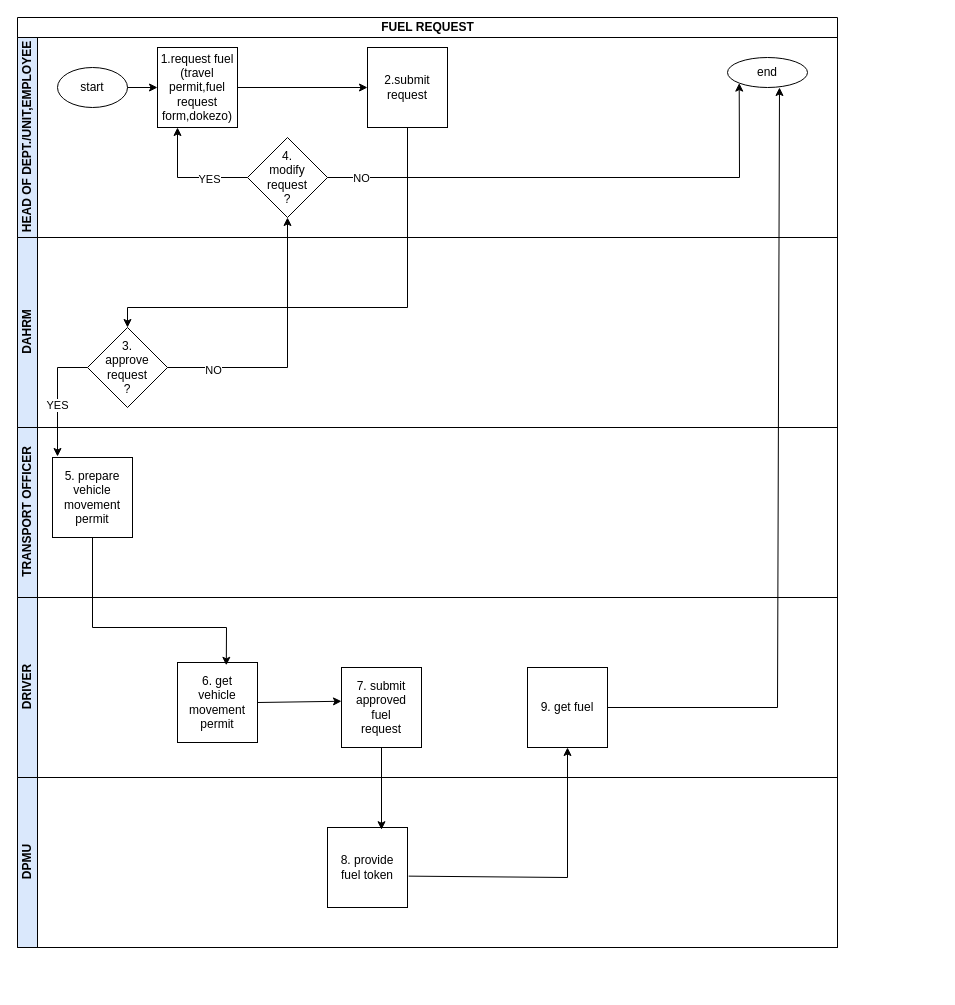
Earlier version of the draw.io diagram page "fuel request" (7 of 11) of wajibika/wajibika-sketches.drawio (MbalamulaS/tech-diagrams). Source tidied: cells renumbered, new cells numbered last; positions are measured from the earlier drawing's top-left corner, leaving out a move shared by most shapes. Both pictures are drawn from the tidied source at 100%, with x=0, y=0 at pixel (17, 17).
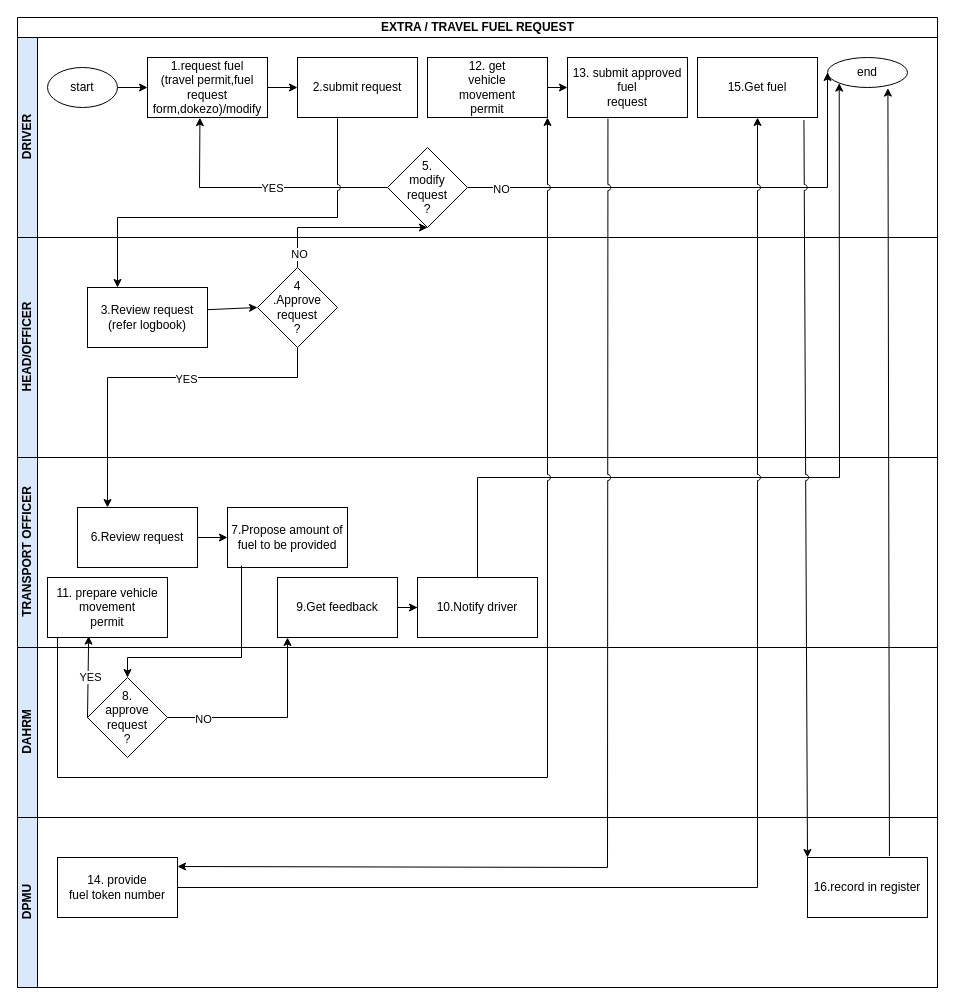
After the change.

Commit message:
Update wajibika-sketches.drawio updated extra/travel fuel request

Diff of the diagram source:
```diff
@@
-    <mxCell id="2" value="FUEL REQUEST" style="swimlane;horizontal=1;startSize=20;html=1;" parent="1" vertex="1">
-      <mxGeometry width="820" height="930" as="geometry" />
+    <mxCell id="2" value="EXTRA / TRAVEL FUEL REQUEST" style="swimlane;horizontal=1;startSize=20;html=1;" parent="1" vertex="1">
+      <mxGeometry width="920" height="970" as="geometry" />
     </mxCell>
-    <mxCell id="3" value="HEAD OF DEPT./UNIT,EMPLOYEE" style="swimlane;startSize=20;horizontal=0;html=1;fillColor=#DAE8FC;" parent="2" vertex="1">
-      <mxGeometry y="20" width="820" height="200" as="geometry" />
+    <mxCell id="3" value="DRIVER" style="swimlane;startSize=20;horizontal=0;html=1;fillColor=#DAE8FC;" parent="2" vertex="1">
+      <mxGeometry y="20" width="920" height="200" as="geometry" />
     </mxCell>
     <mxCell id="4" value="start" style="ellipse;whiteSpace=wrap;html=1;" parent="3" vertex="1">
-      <mxGeometry x="40" y="30" width="70" height="40" as="geometry" />
+      <mxGeometry x="30" y="30" width="70" height="40" as="geometry" />
     </mxCell>
-    <mxCell id="5" style="edgeStyle=orthogonalEdgeStyle;rounded=0;jettySize=auto;html=1;" parent="3" edge="1" source="6" target="8">
-      <mxGeometry relative="1" as="geometry" />
-    </mxCell>
-    <mxCell id="6" value="1.request fuel&lt;div&gt;(travel permit,fuel request form,dokezo)&lt;/div&gt;" style="whiteSpace=wrap;html=1;" parent="3" vertex="1">
-      <mxGeometry x="140" y="10" width="80" height="80" as="geometry" />
-    </mxCell>
-    <mxCell id="7" style="endArrow=classic;html=1;rounded=0;exitX=1;exitY=0.5;exitDx=0;exitDy=0;entryX=0;entryY=0.5;entryDx=0;entryDy=0;" parent="3" edge="1" source="4" target="6">
-      <mxGeometry relative="1" as="geometry" />
-    </mxCell>
-    <mxCell id="8" value="2.submit request" style="whiteSpace=wrap;html=1;" parent="3" vertex="1">
-      <mxGeometry x="350" y="10" width="80" height="80" as="geometry" />
-    </mxCell>
     <mxCell id="9" value="end" style="ellipse;whiteSpace=wrap;html=1;" parent="3" vertex="1">
-      <mxGeometry x="710" y="20" width="80" height="30" as="geometry" />
+      <mxGeometry x="810" y="20" width="80" height="30" as="geometry" />
     </mxCell>
-    <mxCell id="10" value="&lt;div&gt;4.&lt;/div&gt;modify&lt;div&gt;request&lt;/div&gt;&lt;div&gt;?&lt;/div&gt;" style="rhombus;whiteSpace=wrap;html=1;" parent="3" vertex="1">
-      <mxGeometry x="230" y="100" width="80" height="80" as="geometry" />
+    <mxCell id="10" value="&lt;div&gt;5.&lt;/div&gt;modify&lt;div&gt;request&lt;/div&gt;&lt;div&gt;?&lt;/div&gt;" style="rhombus;whiteSpace=wrap;html=1;" parent="3" vertex="1">
+      <mxGeometry x="370" y="110" width="80" height="80" as="geometry" />
     </mxCell>
-    <mxCell id="11" style="endArrow=classic;html=1;rounded=0;exitX=0;exitY=0.5;exitDx=0;exitDy=0;entryX=0.25;entryY=1;entryDx=0;entryDy=0;" parent="3" edge="1" source="10" target="6">
-      <mxGeometry relative="1" as="geometry">
-        <Array as="points">
-          <mxPoint x="160" y="140" />
-        </Array>
-      </mxGeometry>
-    </mxCell>
-    <mxCell id="12" value="YES" style="edgeLabel;html=1;align=center;verticalAlign=middle;" parent="11" vertex="1">
-      <mxGeometry x="-0.35" y="1" relative="1" as="geometry" />
-    </mxCell>
+    <mxCell id="35" value="1.request fuel&lt;div&gt;(travel permit,fuel request form,dokezo)/modify&lt;/div&gt;" style="whiteSpace=wrap;html=1;" parent="3" vertex="1">
+      <mxGeometry x="130" y="20" width="120" height="60" as="geometry" />
+    </mxCell>
+    <mxCell id="8" value="2.submit request" style="whiteSpace=wrap;html=1;" parent="3" vertex="1">
+      <mxGeometry x="280" y="20" width="120" height="60" as="geometry" />
+    </mxCell>
+    <mxCell id="36" style="endArrow=classic;html=1;rounded=0;exitX=1;exitY=0.5;exitDx=0;exitDy=0;entryX=0;entryY=0.5;entryDx=0;entryDy=0;" parent="3" edge="1" source="35" target="8">
+      <mxGeometry relative="1" as="geometry" />
+    </mxCell>
+    <mxCell id="37" style="endArrow=classic;html=1;rounded=0;exitX=0;exitY=0.5;exitDx=0;exitDy=0;entryX=0.437;entryY=1.003;entryDx=0;entryDy=0;entryPerimeter=0;" parent="3" edge="1" source="10" target="35">
+      <mxGeometry relative="1" as="geometry">
+        <Array as="points">
+          <mxPoint x="182" y="150" />
+        </Array>
+      </mxGeometry>
+    </mxCell>
+    <mxCell id="38" value="YES" style="edgeLabel;html=1;align=center;verticalAlign=middle;" parent="37" vertex="1">
+      <mxGeometry x="-0.1" relative="1" as="geometry" />
+    </mxCell>
-    <mxCell id="13" style="endArrow=classic;html=1;rounded=0;exitX=1;exitY=0.5;exitDx=0;exitDy=0;entryX=0;entryY=1;entryDx=0;entryDy=0;" parent="3" edge="1" source="10" target="9">
+    <mxCell id="13" style="endArrow=classic;html=1;rounded=0;exitX=1;exitY=0.5;exitDx=0;exitDy=0;entryX=0;entryY=0.5;entryDx=0;entryDy=0;" parent="3" edge="1" source="10" target="9">
       <mxGeometry relative="1" as="geometry">
         <Array as="points">
-          <mxPoint x="722" y="140" />
+          <mxPoint x="810" y="150" />
         </Array>
       </mxGeometry>
     </mxCell>
-    <mxCell id="14" value="NO" style="edgeLabel;html=1;align=center;verticalAlign=middle;" parent="13" vertex="1">
-      <mxGeometry x="-0.87" relative="1" as="geometry" />
-    </mxCell>
+    <mxCell id="39" value="NO" style="edgeLabel;html=1;align=center;verticalAlign=middle;" parent="13" vertex="1">
+      <mxGeometry x="-0.86" y="-1" relative="1" as="geometry" />
+    </mxCell>
+    <mxCell id="40" value="12. get&lt;div&gt;vehicle&lt;/div&gt;&lt;div&gt;movement&lt;/div&gt;&lt;div&gt;permit&lt;/div&gt;" style="rounded=0;whiteSpace=wrap;html=1;" parent="3" vertex="1">
+      <mxGeometry x="410" y="20" width="120" height="60" as="geometry" />
+    </mxCell>
+    <mxCell id="41" style="endArrow=classic;html=1;rounded=0;exitX=1;exitY=0.5;exitDx=0;exitDy=0;entryX=0;entryY=0.5;entryDx=0;entryDy=0;" parent="3" edge="1" source="40" target="42">
+      <mxGeometry relative="1" as="geometry" />
+    </mxCell>
+    <mxCell id="42" value="13. submit approved&lt;div&gt;fuel&lt;/div&gt;&lt;div&gt;request&lt;/div&gt;" style="rounded=0;whiteSpace=wrap;html=1;" parent="3" vertex="1">
+      <mxGeometry x="550" y="20" width="120" height="60" as="geometry" />
+    </mxCell>
+    <mxCell id="43" value="15.Get fuel" style="rounded=0;whiteSpace=wrap;html=1;" parent="3" vertex="1">
+      <mxGeometry x="680" y="20" width="120" height="60" as="geometry" />
+    </mxCell>
+    <mxCell id="44" value="HEAD/OFFICER" style="swimlane;startSize=20;horizontal=0;html=1;fillColor=#DAE8FC;" parent="2" vertex="1">
+      <mxGeometry y="220" width="920" height="220" as="geometry" />
+    </mxCell>
+    <mxCell id="45" value="3.Review request&lt;div&gt;(refer logbook)&lt;/div&gt;" style="rounded=0;whiteSpace=wrap;html=1;" parent="44" vertex="1">
+      <mxGeometry x="70" y="50" width="120" height="60" as="geometry" />
+    </mxCell>
+    <mxCell id="46" value="4&lt;div&gt;.Approve&lt;div&gt;request&lt;/div&gt;&lt;div&gt;?&lt;/div&gt;&lt;/div&gt;" style="rhombus;whiteSpace=wrap;html=1;" parent="44" vertex="1">
+      <mxGeometry x="240" y="30" width="80" height="80" as="geometry" />
+    </mxCell>
+    <mxCell id="47" style="endArrow=classic;html=1;rounded=0;exitX=0.997;exitY=0.37;exitDx=0;exitDy=0;entryX=0;entryY=0.5;entryDx=0;entryDy=0;exitPerimeter=0;" parent="44" edge="1" source="45" target="46">
+      <mxGeometry relative="1" as="geometry" />
+    </mxCell>
-    <mxCell id="15" value="DAHRM" style="swimlane;startSize=20;horizontal=0;html=1;fillColor=#DAE8FC;" parent="2" vertex="1">
-      <mxGeometry y="220" width="820" height="190" as="geometry" />
+    <mxCell id="15" value="TRANSPORT OFFICER" style="swimlane;startSize=20;horizontal=0;html=1;fillColor=#DAE8FC;" parent="2" vertex="1">
+      <mxGeometry y="440" width="920" height="190" as="geometry" />
     </mxCell>
+    <mxCell id="48" value="6.Review request" style="rounded=0;whiteSpace=wrap;html=1;" parent="15" vertex="1">
+      <mxGeometry x="60" y="50" width="120" height="60" as="geometry" />
+    </mxCell>
+    <mxCell id="49" value="7.Propose amount of fuel to be provided" style="rounded=0;whiteSpace=wrap;html=1;" parent="15" vertex="1">
+      <mxGeometry x="210" y="50" width="120" height="60" as="geometry" />
+    </mxCell>
+    <mxCell id="50" style="endArrow=classic;html=1;rounded=0;exitX=1;exitY=0.5;exitDx=0;exitDy=0;entryX=0;entryY=0.5;entryDx=0;entryDy=0;" parent="15" edge="1" source="48" target="49">
+      <mxGeometry relative="1" as="geometry" />
+    </mxCell>
+    <mxCell id="51" style="edgeStyle=orthogonalEdgeStyle;rounded=0;jettySize=auto;html=1;" parent="15" edge="1" source="52" target="53">
+      <mxGeometry relative="1" as="geometry" />
+    </mxCell>
+    <mxCell id="52" value="9.Get feedback" style="rounded=0;whiteSpace=wrap;html=1;" parent="15" vertex="1">
+      <mxGeometry x="260" y="120" width="120" height="60" as="geometry" />
+    </mxCell>
+    <mxCell id="53" value="10.Notify driver" style="whiteSpace=wrap;html=1;rounded=0;" parent="15" vertex="1">
+      <mxGeometry x="400" y="120" width="120" height="60" as="geometry" />
+    </mxCell>
+    <mxCell id="54" value="11. prepare vehicle movement&lt;div&gt;permit&lt;/div&gt;" style="rounded=0;whiteSpace=wrap;html=1;" parent="15" vertex="1">
+      <mxGeometry x="30" y="120" width="120" height="60" as="geometry" />
+    </mxCell>
+    <mxCell id="17" value="DAHRM" style="swimlane;startSize=20;horizontal=0;html=1;fillColor=#DAE8FC;" parent="2" vertex="1">
+      <mxGeometry y="630" width="920" height="170" as="geometry" />
+    </mxCell>
-    <mxCell id="16" value="3.&lt;div&gt;approve&lt;div&gt;request&lt;/div&gt;&lt;div&gt;?&lt;/div&gt;&lt;/div&gt;" style="rhombus;whiteSpace=wrap;html=1;" parent="15" vertex="1">
-      <mxGeometry x="70" y="90" width="80" height="80" as="geometry" />
+    <mxCell id="16" value="8.&lt;div&gt;approve&lt;div&gt;request&lt;/div&gt;&lt;div&gt;?&lt;/div&gt;&lt;/div&gt;" style="rhombus;whiteSpace=wrap;html=1;" parent="17" vertex="1">
+      <mxGeometry x="70" y="30" width="80" height="80" as="geometry" />
     </mxCell>
-    <mxCell id="17" value="TRANSPORT OFFICER" style="swimlane;startSize=20;horizontal=0;html=1;fillColor=#DAE8FC;" parent="2" vertex="1">
-      <mxGeometry y="410" width="820" height="170" as="geometry" />
-    </mxCell>
-    <mxCell id="18" value="5. prepare vehicle movement&lt;div&gt;permit&lt;/div&gt;" style="whiteSpace=wrap;html=1;" parent="17" vertex="1">
-      <mxGeometry x="35" y="30" width="80" height="80" as="geometry" />
-    </mxCell>
-    <mxCell id="19" value="DRIVER" style="swimlane;startSize=20;horizontal=0;html=1;fillColor=#DAE8FC;" parent="2" vertex="1">
-      <mxGeometry y="580" width="820" height="180" as="geometry" />
-    </mxCell>
-    <mxCell id="20" value="6. get&lt;div&gt;vehicle&lt;/div&gt;&lt;div&gt;movement&lt;/div&gt;&lt;div&gt;permit&lt;/div&gt;" style="whiteSpace=wrap;html=1;" parent="19" vertex="1">
-      <mxGeometry x="160" y="65" width="80" height="80" as="geometry" />
-    </mxCell>
-    <mxCell id="21" value="7. submit approved&lt;div&gt;fuel&lt;/div&gt;&lt;div&gt;request&lt;/div&gt;" style="whiteSpace=wrap;html=1;" parent="19" vertex="1">
-      <mxGeometry x="324" y="70" width="80" height="80" as="geometry" />
-    </mxCell>
-    <mxCell id="22" style="endArrow=classic;html=1;rounded=0;exitX=1;exitY=0.5;exitDx=0;exitDy=0;entryX=0;entryY=0.422;entryDx=0;entryDy=0;entryPerimeter=0;" parent="19" edge="1" source="20" target="21">
-      <mxGeometry relative="1" as="geometry" />
-    </mxCell>
-    <mxCell id="23" value="9. get fuel" style="whiteSpace=wrap;html=1;" parent="19" vertex="1">
-      <mxGeometry x="510" y="70" width="80" height="80" as="geometry" />
-    </mxCell>
     <mxCell id="24" value="DPMU" style="swimlane;startSize=20;horizontal=0;html=1;fillColor=#DAE8FC;" parent="2" vertex="1">
-      <mxGeometry y="760" width="820" height="170" as="geometry" />
+      <mxGeometry y="800" width="920" height="170" as="geometry" />
     </mxCell>
-    <mxCell id="25" value="8. provide&lt;div&gt;fuel token&lt;/div&gt;" style="whiteSpace=wrap;html=1;" parent="24" vertex="1">
-      <mxGeometry x="310" y="50" width="80" height="80" as="geometry" />
-    </mxCell>
-    <mxCell id="26" style="endArrow=classic;html=1;rounded=0;entryX=0.5;entryY=1;entryDx=0;entryDy=0;exitX=1.015;exitY=0.608;exitDx=0;exitDy=0;exitPerimeter=0;" parent="24" edge="1" source="25" target="23">
-      <mxGeometry relative="1" as="geometry">
-        <Array as="points">
-          <mxPoint x="550" y="100" />
-        </Array>
-      </mxGeometry>
-    </mxCell>
-    <mxCell id="27" style="endArrow=classic;html=1;rounded=0;exitX=0.5;exitY=1;exitDx=0;exitDy=0;entryX=0.61;entryY=0.035;entryDx=0;entryDy=0;entryPerimeter=0;" parent="2" edge="1" source="18" target="20">
-      <mxGeometry relative="1" as="geometry">
-        <Array as="points">
-          <mxPoint x="75" y="610" />
-          <mxPoint x="209" y="610" />
-        </Array>
-      </mxGeometry>
-    </mxCell>
-    <mxCell id="28" style="endArrow=classic;html=1;rounded=0;exitX=0.5;exitY=1;exitDx=0;exitDy=0;entryX=0.675;entryY=0.028;entryDx=0;entryDy=0;entryPerimeter=0;" parent="2" edge="1" source="21" target="25">
-      <mxGeometry relative="1" as="geometry" />
-    </mxCell>
-    <mxCell id="29" style="endArrow=classic;html=1;rounded=0;exitX=1;exitY=0.5;exitDx=0;exitDy=0;" parent="2" edge="1" source="23">
-      <mxGeometry relative="1" as="geometry">
-        <mxPoint x="762" y="70" as="targetPoint" />
-        <Array as="points">
-          <mxPoint x="760" y="690" />
-        </Array>
-      </mxGeometry>
-    </mxCell>
-    <mxCell id="30" style="endArrow=classic;html=1;rounded=0;exitX=0;exitY=0.5;exitDx=0;exitDy=0;" parent="2" edge="1" source="16">
-      <mxGeometry relative="1" as="geometry">
-        <mxPoint x="40" y="439" as="targetPoint" />
-        <Array as="points">
-          <mxPoint x="40" y="350" />
-        </Array>
-      </mxGeometry>
-    </mxCell>
-    <mxCell id="31" value="YES" style="edgeLabel;html=1;align=center;verticalAlign=middle;" parent="30" vertex="1">
-      <mxGeometry x="0.12" y="-1" relative="1" as="geometry" />
-    </mxCell>
-    <mxCell id="32" style="endArrow=classic;html=1;rounded=0;exitX=0.5;exitY=1;exitDx=0;exitDy=0;" parent="1" edge="1" source="8">
-      <mxGeometry relative="1" as="geometry">
-        <mxPoint x="110" y="310" as="targetPoint" />
-        <Array as="points">
-          <mxPoint x="390" y="290" />
-          <mxPoint x="110" y="290" />
-        </Array>
-      </mxGeometry>
-    </mxCell>
-    <mxCell id="33" style="endArrow=classic;html=1;rounded=0;exitX=1;exitY=0.5;exitDx=0;exitDy=0;" parent="1" edge="1" source="16">
-      <mxGeometry relative="1" as="geometry">
-        <mxPoint x="270" y="200" as="targetPoint" />
-        <Array as="points">
-          <mxPoint x="270" y="350" />
-        </Array>
-      </mxGeometry>
-    </mxCell>
-    <mxCell id="34" value="NO" style="edgeLabel;html=1;align=center;verticalAlign=middle;" parent="33" vertex="1">
-      <mxGeometry x="-0.67" y="-2" relative="1" as="geometry" />
-    </mxCell>
+    <mxCell id="55" value="14. provide&lt;div&gt;fuel token number&lt;/div&gt;" style="rounded=0;whiteSpace=wrap;html=1;" parent="24" vertex="1">
+      <mxGeometry x="40" y="40" width="120" height="60" as="geometry" />
+    </mxCell>
+    <mxCell id="56" value="16.record in register" style="rounded=0;whiteSpace=wrap;html=1;" parent="24" vertex="1">
+      <mxGeometry x="790" y="40" width="120" height="60" as="geometry" />
+    </mxCell>
+    <mxCell id="57" style="endArrow=classic;html=1;rounded=0;entryX=0.25;entryY=0;entryDx=0;entryDy=0;jumpStyle=arc;" parent="2" edge="1" target="45">
+      <mxGeometry relative="1" as="geometry">
+        <mxPoint x="320" y="101" as="sourcePoint" />
+        <Array as="points">
+          <mxPoint x="320" y="200" />
+          <mxPoint x="100" y="200" />
+        </Array>
+      </mxGeometry>
+    </mxCell>
+    <mxCell id="58" style="endArrow=classic;html=1;rounded=0;exitX=0.5;exitY=1;exitDx=0;exitDy=0;entryX=0.25;entryY=0;entryDx=0;entryDy=0;" parent="2" edge="1" source="46" target="48">
+      <mxGeometry relative="1" as="geometry">
+        <Array as="points">
+          <mxPoint x="280" y="360" />
+          <mxPoint x="90" y="360" />
+        </Array>
+      </mxGeometry>
+    </mxCell>
+    <mxCell id="59" value="YES" style="edgeLabel;html=1;align=center;verticalAlign=middle;" parent="58" vertex="1">
+      <mxGeometry x="-0.19" y="1" relative="1" as="geometry" />
+    </mxCell>
+    <mxCell id="60" style="endArrow=classic;html=1;rounded=0;exitX=0.5;exitY=0;exitDx=0;exitDy=0;entryX=0;entryY=1;entryDx=0;entryDy=0;" parent="2" edge="1" source="53" target="9">
+      <mxGeometry relative="1" as="geometry">
+        <Array as="points">
+          <mxPoint x="460" y="460" />
+          <mxPoint x="822" y="460" />
+        </Array>
+      </mxGeometry>
+    </mxCell>
+    <mxCell id="61" style="endArrow=classic;html=1;rounded=0;exitX=0.117;exitY=0.97;exitDx=0;exitDy=0;exitPerimeter=0;entryX=0.5;entryY=0;entryDx=0;entryDy=0;" parent="2" edge="1" source="49" target="16">
+      <mxGeometry relative="1" as="geometry">
+        <Array as="points">
+          <mxPoint x="224" y="640" />
+          <mxPoint x="110" y="640" />
+        </Array>
+      </mxGeometry>
+    </mxCell>
+    <mxCell id="62" style="endArrow=classic;html=1;rounded=0;exitX=0;exitY=0.5;exitDx=0;exitDy=0;entryX=0.343;entryY=0.977;entryDx=0;entryDy=0;entryPerimeter=0;" parent="2" edge="1" source="16" target="54">
+      <mxGeometry relative="1" as="geometry" />
+    </mxCell>
+    <mxCell id="63" value="YES" style="edgeLabel;html=1;align=center;verticalAlign=middle;" parent="62" vertex="1">
+      <mxGeometry x="0.01" y="-2" relative="1" as="geometry" />
+    </mxCell>
+    <mxCell id="64" style="endArrow=classic;html=1;rounded=0;exitX=0.337;exitY=1.017;exitDx=0;exitDy=0;exitPerimeter=0;entryX=1;entryY=0.15;entryDx=0;entryDy=0;entryPerimeter=0;jumpStyle=arc;" parent="2" edge="1" source="42" target="55">
+      <mxGeometry relative="1" as="geometry">
+        <Array as="points">
+          <mxPoint x="590" y="850" />
+        </Array>
+      </mxGeometry>
+    </mxCell>
+    <mxCell id="65" style="endArrow=classic;html=1;rounded=0;exitX=0.683;exitY=-0.023;exitDx=0;exitDy=0;entryX=0.755;entryY=1.02;entryDx=0;entryDy=0;exitPerimeter=0;entryPerimeter=0;" parent="2" edge="1" source="56" target="9">
+      <mxGeometry relative="1" as="geometry" />
+    </mxCell>
+    <mxCell id="66" style="endArrow=classic;html=1;rounded=0;exitX=1;exitY=0.5;exitDx=0;exitDy=0;entryX=0.5;entryY=1;entryDx=0;entryDy=0;jumpStyle=arc;" parent="2" edge="1" source="55" target="43">
+      <mxGeometry relative="1" as="geometry">
+        <Array as="points">
+          <mxPoint x="740" y="870" />
+        </Array>
+      </mxGeometry>
+    </mxCell>
+    <mxCell id="67" style="endArrow=classic;html=1;rounded=0;exitX=0.887;exitY=1.043;exitDx=0;exitDy=0;exitPerimeter=0;jumpStyle=arc;" parent="2" edge="1" source="43">
+      <mxGeometry relative="1" as="geometry">
+        <mxPoint x="790" y="840" as="targetPoint" />
+      </mxGeometry>
+    </mxCell>
+    <mxCell id="68" style="endArrow=classic;html=1;rounded=0;exitX=1;exitY=0.5;exitDx=0;exitDy=0;" parent="1" edge="1" source="4">
+      <mxGeometry relative="1" as="geometry">
+        <mxPoint x="130" y="70" as="targetPoint" />
+      </mxGeometry>
+    </mxCell>
+    <mxCell id="69" style="endArrow=classic;html=1;rounded=0;exitX=0.5;exitY=0;exitDx=0;exitDy=0;" parent="1" edge="1" source="46">
+      <mxGeometry relative="1" as="geometry">
+        <mxPoint x="410" y="210" as="targetPoint" />
+        <Array as="points">
+          <mxPoint x="280" y="210" />
+        </Array>
+      </mxGeometry>
+    </mxCell>
+    <mxCell id="70" value="NO" style="edgeLabel;html=1;align=center;verticalAlign=middle;" parent="69" vertex="1">
+      <mxGeometry x="-0.83" y="-1" relative="1" as="geometry" />
+    </mxCell>
+    <mxCell id="71" style="endArrow=classic;html=1;rounded=0;exitX=1;exitY=0.5;exitDx=0;exitDy=0;" parent="1" edge="1" source="16">
+      <mxGeometry relative="1" as="geometry">
+        <mxPoint x="270" y="620" as="targetPoint" />
+        <Array as="points">
+          <mxPoint x="270" y="700" />
+        </Array>
+      </mxGeometry>
+    </mxCell>
+    <mxCell id="72" value="NO" style="edgeLabel;html=1;align=center;verticalAlign=middle;" parent="71" vertex="1">
+      <mxGeometry x="-0.65" y="-1" relative="1" as="geometry" />
+    </mxCell>
+    <mxCell id="73" style="endArrow=classic;html=1;rounded=0;entryX=1;entryY=1;entryDx=0;entryDy=0;jumpStyle=arc;" parent="1" edge="1" target="40">
+      <mxGeometry relative="1" as="geometry">
+        <mxPoint x="40" y="620" as="sourcePoint" />
+        <Array as="points">
+          <mxPoint x="40" y="760" />
+          <mxPoint x="530" y="760" />
+        </Array>
+      </mxGeometry>
+    </mxCell>
```
